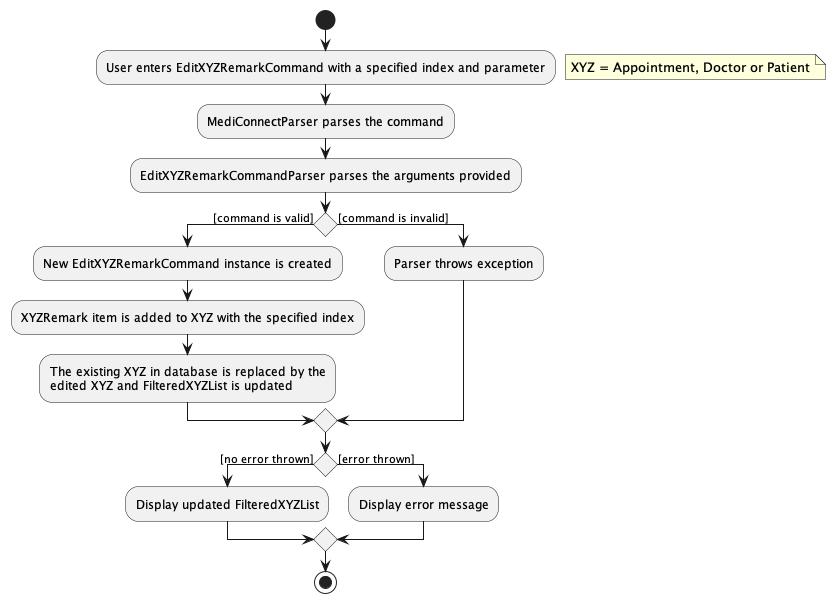
Earlier version of the PlantUML export docs/images/EditXYZRemarkActivityDiagram.png (yanghengtang/tp).
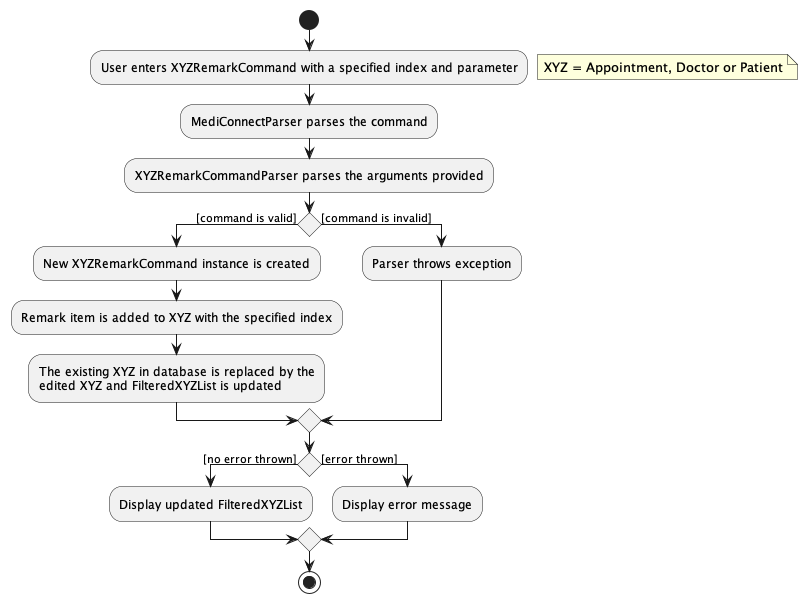
The same diagram one commit later.

The edit, as a diff of the source:
```diff
@@ -1,15 +1,15 @@
 @startuml
 
 start
-:User enters EditXYZRemarkCommand with a specified index and parameter;
+:User enters XYZRemarkCommand with a specified index and parameter;
 floating note right
     XYZ = Appointment, Doctor or Patient
 end note
 :MediConnectParser parses the command;
-:EditXYZRemarkCommandParser parses the arguments provided;
+:XYZRemarkCommandParser parses the arguments provided;
 if () then ([command is valid])
-  :New EditXYZRemarkCommand instance is created;
-  :XYZRemark item is added to XYZ with the specified index;
+  :New XYZRemarkCommand instance is created;
+  :Remark item is added to XYZ with the specified index;
   :The existing XYZ in database is replaced by the
   edited XYZ and FilteredXYZList is updated;
 else ([command is invalid])
```
